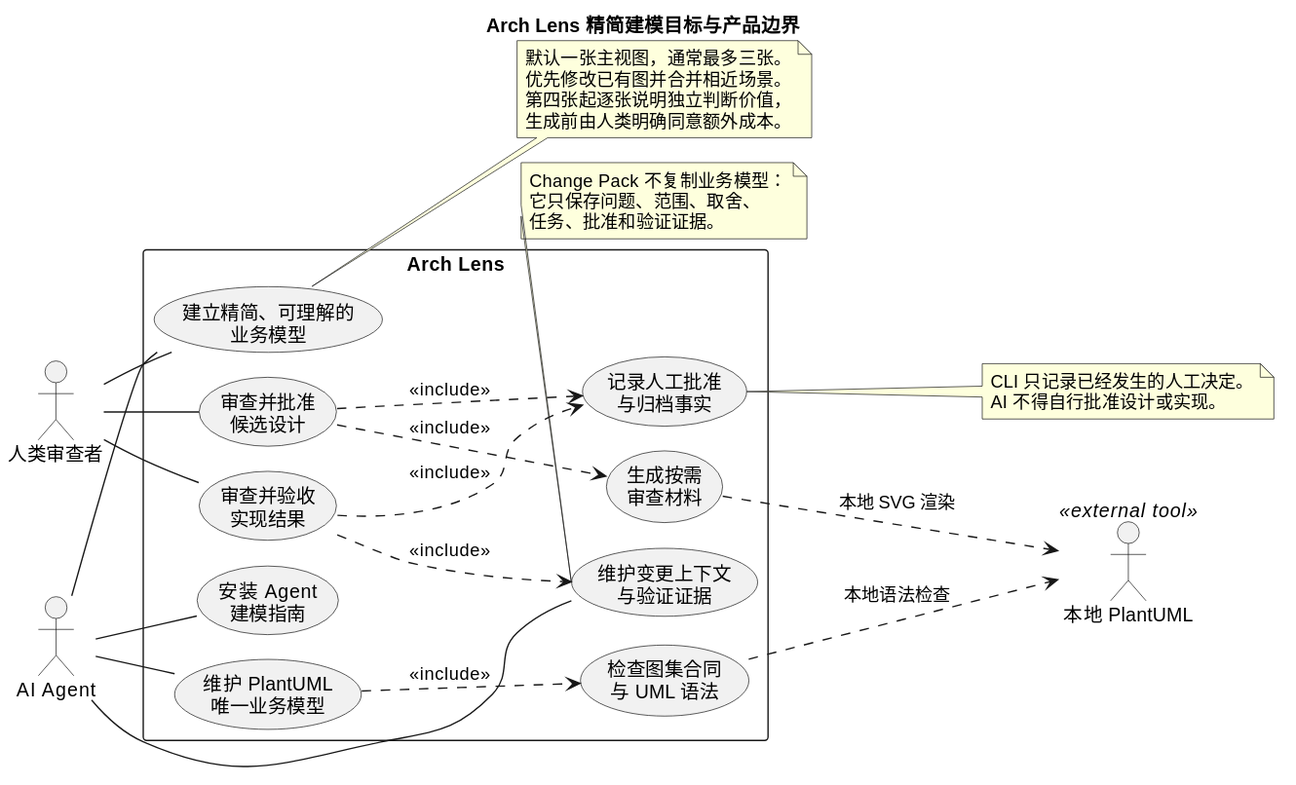
The PlantUML diagram .arch-lens/rendered/product-goals.use-case.svg in spec-alchemy/arch-lens, before a commit. Source of this version:
```plantuml
@startuml
title Arch Lens 精简建模目标与产品边界
!pragma layout smetana
left to right direction

actor "人类审查者" as Reviewer
actor "AI Agent" as Agent
actor "本地 PlantUML" as PlantUML <<external tool>>

rectangle "Arch Lens" {
  usecase "建立精简、可理解的\n业务模型" as ModelBusiness
  usecase "审查并批准\n候选设计" as ApproveDesign
  usecase "审查并验收\n实现结果" as AcceptImplementation
  usecase "维护 PlantUML\n唯一业务模型" as MaintainDiagrams
  usecase "维护变更上下文\n与验证证据" as MaintainChange
  usecase "检查图集合同\n与 UML 语法" as CheckDiagrams
  usecase "生成按需\n审查材料" as BuildReviewMaterial
  usecase "记录人工批准\n与归档事实" as RecordApproval
  usecase "安装 Agent\n建模指南" as InstallSkill
}

Reviewer -- ModelBusiness
Reviewer -- ApproveDesign
Reviewer -- AcceptImplementation
Agent -- ModelBusiness
Agent -- MaintainDiagrams
Agent -- MaintainChange
Agent -- InstallSkill

CheckDiagrams ..> PlantUML : 本地语法检查
BuildReviewMaterial ..> PlantUML : 本地 SVG 渲染
ApproveDesign ..> BuildReviewMaterial : <<include>>
ApproveDesign ..> RecordApproval : <<include>>
AcceptImplementation ..> MaintainChange : <<include>>
AcceptImplementation ..> RecordApproval : <<include>>
MaintainDiagrams ..> CheckDiagrams : <<include>>

note right of ModelBusiness
  默认一张主视图，通常最多三张。
  优先修改已有图并合并相近场景。
  第四张起逐张说明独立判断价值，
  生成前由人类明确同意额外成本。
end note

note right of RecordApproval
  CLI 只记录已经发生的人工决定。
  AI 不得自行批准设计或实现。
end note

note bottom of MaintainChange
  Change Pack 不复制业务模型：
  它只保存问题、范围、取舍、
  任务、批准和验证证据。
end note
@enduml
```
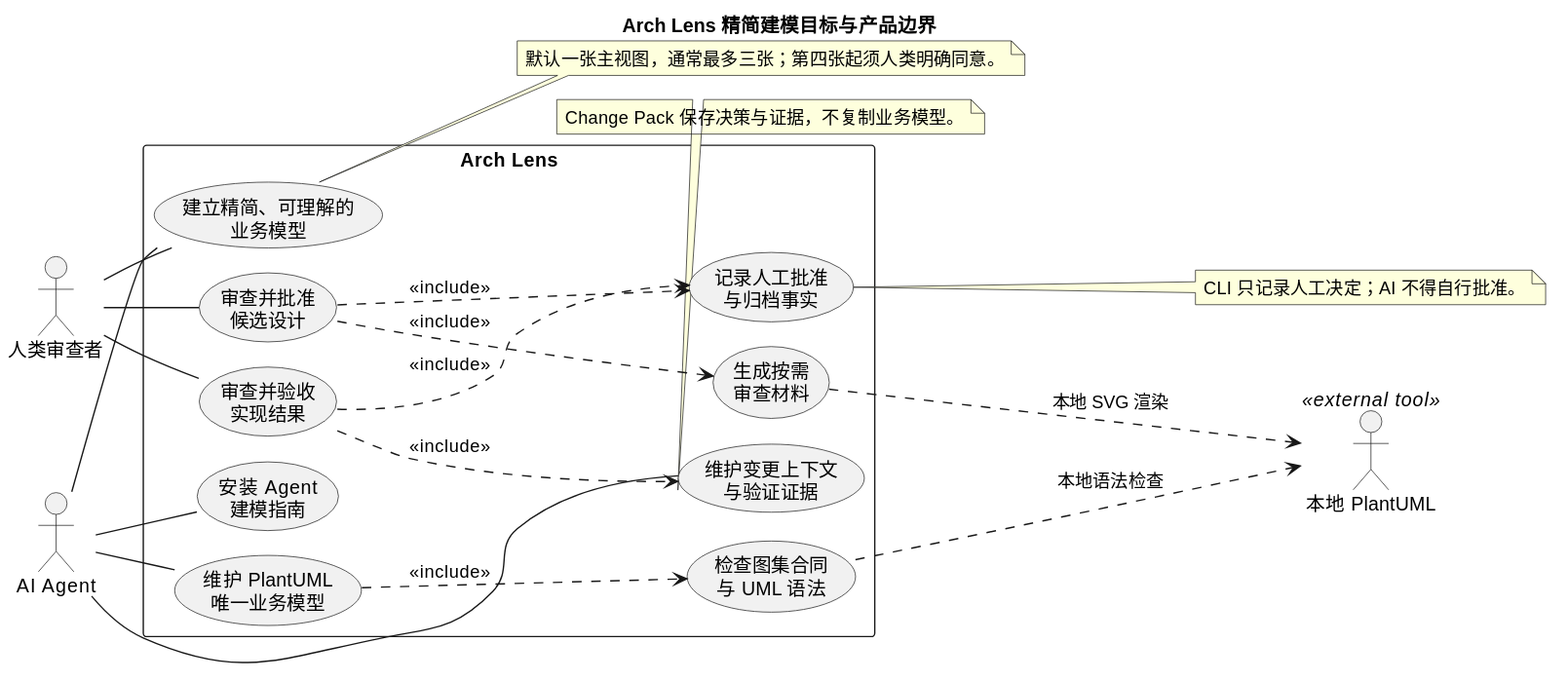
Above is the later version.

Commit message:
arch: tighten diagram note budgets

Change to the diagram source:
```diff
@@ -35,21 +35,7 @@
 AcceptImplementation ..> RecordApproval : <<include>>
 MaintainDiagrams ..> CheckDiagrams : <<include>>
 
-note right of ModelBusiness
-  默认一张主视图，通常最多三张。
-  优先修改已有图并合并相近场景。
-  第四张起逐张说明独立判断价值，
-  生成前由人类明确同意额外成本。
-end note
-
-note right of RecordApproval
-  CLI 只记录已经发生的人工决定。
-  AI 不得自行批准设计或实现。
-end note
-
-note bottom of MaintainChange
-  Change Pack 不复制业务模型：
-  它只保存问题、范围、取舍、
-  任务、批准和验证证据。
-end note
+note right of ModelBusiness: 默认一张主视图，通常最多三张；第四张起须人类明确同意。
+note right of RecordApproval: CLI 只记录人工决定；AI 不得自行批准。
+note bottom of MaintainChange: Change Pack 保存决策与证据，不复制业务模型。
 @enduml
```
